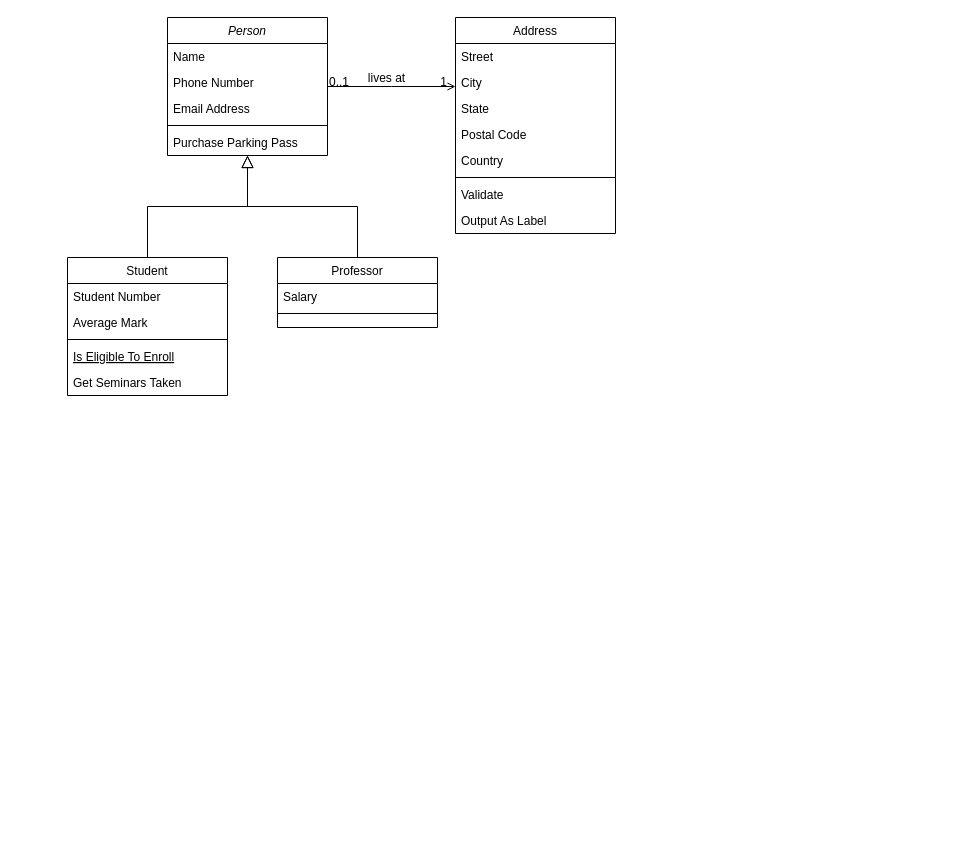
Before: 搜索架构大图.drawio in hustpawpaw/charts, a draw.io diagram. Source tidied: cells renumbered, new cells numbered last; positions are measured from the earlier drawing's top-left corner, leaving out a move shared by most shapes. Both pictures are drawn from the tidied source at 100%, with x=0, y=0 at pixel (67, 17).
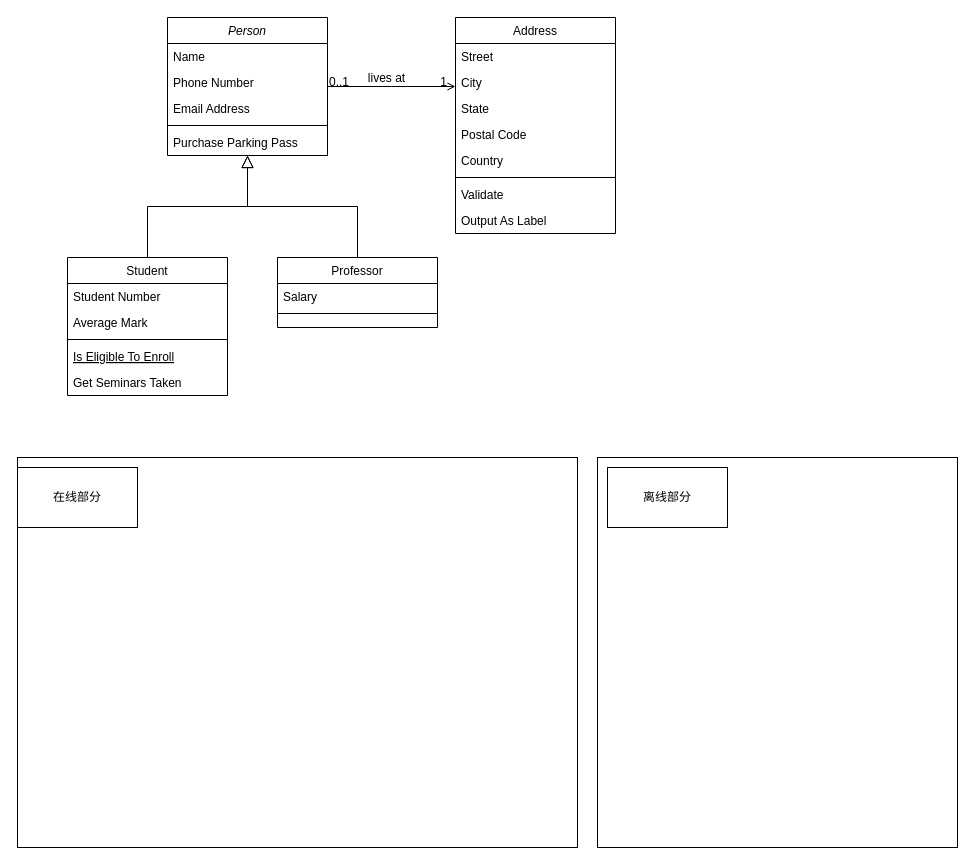
After the change.

Commit message (it also covers changes not shown here):
Update 搜索架构大图.drawio

Change to the diagram source:
```diff
@@
+    <mxCell id="32" style="rounded=0;whiteSpace=wrap;html=1;" parent="1" vertex="1">
+      <mxGeometry x="-50" y="440" width="560" height="390" as="geometry" />
+    </mxCell>
+    <mxCell id="33" value="在线部分" style="rounded=0;whiteSpace=wrap;html=1;" parent="1" vertex="1">
+      <mxGeometry x="-50" y="450" width="120" height="60" as="geometry" />
+    </mxCell>
+    <mxCell id="34" style="rounded=0;whiteSpace=wrap;html=1;" parent="1" vertex="1">
+      <mxGeometry x="530" y="440" width="360" height="390" as="geometry" />
+    </mxCell>
+    <mxCell id="35" value="离线部分" style="rounded=0;whiteSpace=wrap;html=1;" parent="1" vertex="1">
+      <mxGeometry x="540" y="450" width="120" height="60" as="geometry" />
+    </mxCell>
```
